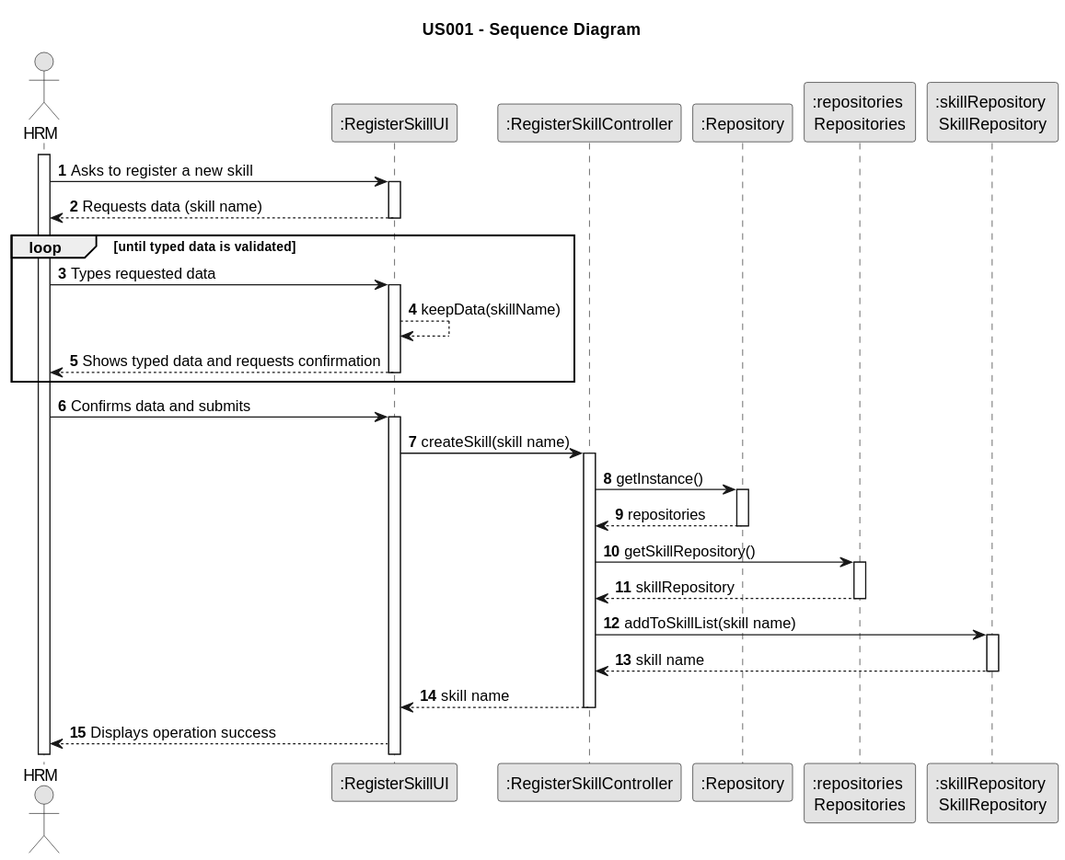
Earlier version of the PlantUML export docs/sprintB/us001/03.design/svg/us001-sequence-diagram.svg (Rui-San/LAPR2_2023_2024).
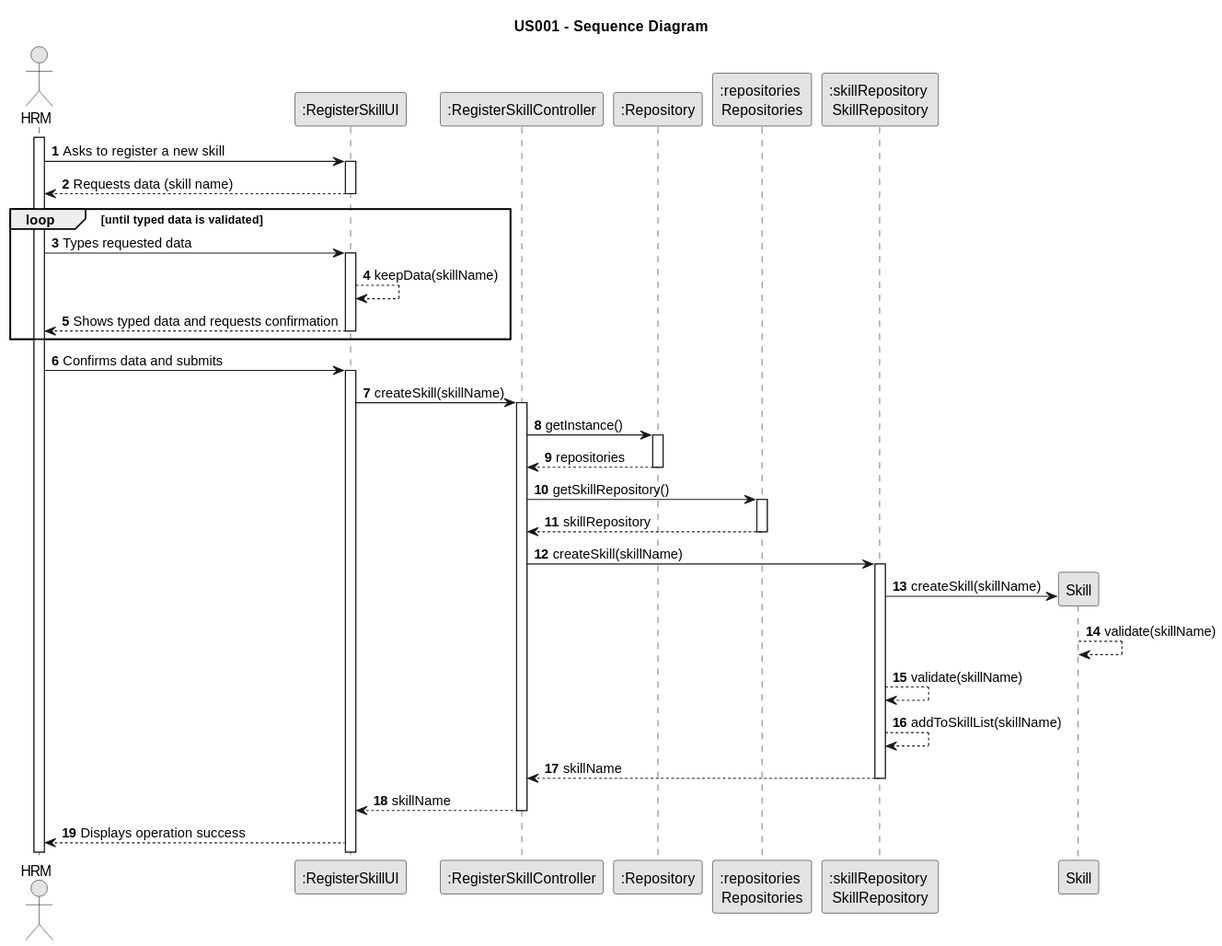
After the commit.

Commit message:
us001\design: -sequence diagram adjusted and SVG generated

Diff of the diagram source:
```diff
@@ -32,7 +32,7 @@
 end
     Employee -> System : Confirms data and submits
     activate System
-        System -> RSC : createSkill(skill name)
+        System -> RSC : createSkill(skillName)
         activate RSC
 
                 RSC -> REP : getInstance()
@@ -46,13 +46,19 @@
                 REPS --> RSC : skillRepository
                 deactivate REPS
 
-                RSC -> SR : addToSkillList(skill name)
+                RSC -> SR : createSkill(skillName)
                 activate SR
-                SR --> RSC : skill name
+
+                SR -> Skill** : createSkill(skillName)
+                Skill --> Skill : validate(skillName)
+
+                SR --> SR : validate(skillName)
+                SR --> SR : addToSkillList(skillName)
+                SR --> RSC : skillName
                 deactivate SR
 
 
-            RSC --> System : skill name
+            RSC --> System : skillName
 
         deactivate RSC
 
```
